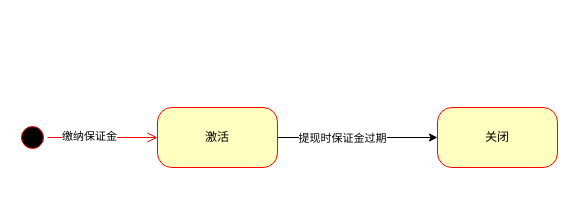
Earlier version of the draw.io diagram Untitled Diagram.drawio (jobop/advanced-java). Source tidied: cells renumbered, new cells numbered last; positions are measured from the earlier drawing's top-left corner, leaving out a move shared by most shapes. Both pictures are drawn from the tidied source at 100%, with x=0, y=0 at pixel (17, 107).
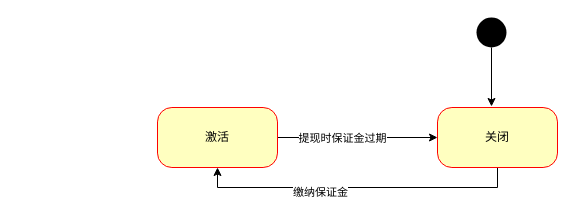
The same diagram, later.

Change to the diagram source:
```diff
@@
 <mxGraphModel background="#ffffff">
   <root>
     <mxCell id="0" />
     <mxCell id="1" parent="0" />
-    <mxCell id="2" style="ellipse;html=1;shape=startState;fillColor=#000000;strokeColor=#ff0000;rounded=1;shadow=0;comic=0;labelBackgroundColor=none;fontFamily=Verdana;fontSize=12;fontColor=#000000;align=center;direction=south;" parent="1" vertex="1">
-      <mxGeometry y="15" width="30" height="30" as="geometry" />
-    </mxCell>
     <mxCell id="3" style="edgeStyle=orthogonalEdgeStyle;rounded=0;jettySize=auto;html=1;" parent="1" edge="1" source="5" target="8">
       <mxGeometry relative="1" as="geometry" />
     </mxCell>
     <mxCell id="4" value="提现时保证金过期" style="edgeLabel;html=1;align=center;verticalAlign=middle;" parent="3" vertex="1">
       <mxGeometry x="-0.2" relative="1" as="geometry" />
     </mxCell>
     <mxCell id="5" value="激活" style="rounded=1;whiteSpace=wrap;html=1;arcSize=24;fillColor=#ffffc0;strokeColor=#ff0000;shadow=0;comic=0;labelBackgroundColor=none;fontFamily=Verdana;fontSize=12;fontColor=#000000;align=center;" parent="1" vertex="1">
       <mxGeometry x="140" width="120" height="60" as="geometry" />
     </mxCell>
-    <mxCell id="6" style="edgeStyle=orthogonalEdgeStyle;html=1;labelBackgroundColor=none;endArrow=open;endSize=8;strokeColor=#ff0000;fontFamily=Verdana;fontSize=12;align=left;" parent="1" edge="1" source="2" target="5">
-      <mxGeometry relative="1" as="geometry" />
-    </mxCell>
+    <mxCell id="9" style="edgeStyle=orthogonalEdgeStyle;rounded=0;jettySize=auto;html=1;exitX=0.5;exitY=1;exitDx=0;exitDy=0;entryX=0.5;entryY=1;entryDx=0;entryDy=0;" parent="1" edge="1" source="8" target="5">
+      <mxGeometry relative="1" as="geometry" />
+    </mxCell>
-    <mxCell id="7" value="缴纳保证金" style="edgeLabel;html=1;align=center;verticalAlign=middle;" parent="6" vertex="1">
-      <mxGeometry x="-0.25" y="2" relative="1" as="geometry" />
+    <mxCell id="7" value="缴纳保证金" style="edgeLabel;html=1;align=center;verticalAlign=middle;" parent="9" vertex="1">
+      <mxGeometry x="0.24" y="4" relative="1" as="geometry" />
     </mxCell>
     <mxCell id="8" value="关闭" style="rounded=1;whiteSpace=wrap;html=1;arcSize=24;fillColor=#ffffc0;strokeColor=#ff0000;shadow=0;comic=0;labelBackgroundColor=none;fontFamily=Verdana;fontSize=12;fontColor=#000000;align=center;" parent="1" vertex="1">
       <mxGeometry x="420" width="120" height="60" as="geometry" />
     </mxCell>
+    <mxCell id="10" style="edgeStyle=orthogonalEdgeStyle;rounded=0;jettySize=auto;html=1;exitX=0.5;exitY=1;exitDx=0;exitDy=0;entryX=0.45;entryY=-0.017;entryDx=0;entryDy=0;entryPerimeter=0;" parent="1" edge="1" source="11" target="8">
+      <mxGeometry relative="1" as="geometry" />
+    </mxCell>
+    <mxCell id="11" style="ellipse;fillColor=#000000;strokeColor=none;" parent="1" vertex="1">
+      <mxGeometry x="459" y="-90" width="30" height="30" as="geometry" />
+    </mxCell>
   </root>
 </mxGraphModel>
```
